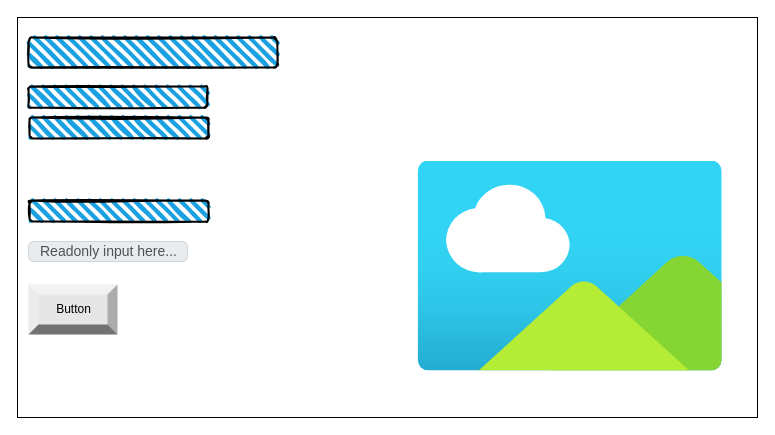
Before: page "Page-1" (1 of 2) of design/story-board.drawio in ekaterina-chernykh/ICS20-Unit-5-04, a draw.io diagram. Source tidied: cells renumbered, new cells numbered last; positions are measured from the earlier drawing's top-left corner, leaving out a move shared by most shapes. Both pictures are drawn from the tidied source at 100%, with x=0, y=0 at pixel (17, 17).
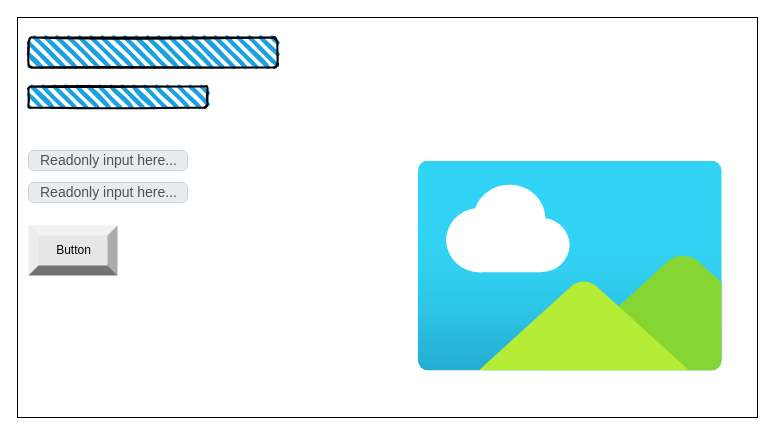
Above is the later version.

Change to the diagram source:
```diff
@@
 <mxGraphModel>
   <root>
     <mxCell id="0" />
     <mxCell id="1" parent="0" />
     <mxCell id="2" style="rounded=0;whiteSpace=wrap;html=1;" parent="1" vertex="1">
       <mxGeometry width="740" height="400" as="geometry" />
     </mxCell>
     <mxCell id="3" style="rounded=1;whiteSpace=wrap;html=1;strokeWidth=2;fillWeight=4;hachureGap=8;hachureAngle=45;fillColor=#1ba1e2;sketch=1;" parent="1" vertex="1">
       <mxGeometry x="11" y="20" width="249" height="30" as="geometry" />
     </mxCell>
-    <mxCell id="4" style="rounded=1;whiteSpace=wrap;html=1;strokeWidth=2;fillWeight=4;hachureGap=8;hachureAngle=45;fillColor=#1ba1e2;sketch=1;" parent="1" vertex="1">
-      <mxGeometry x="12" y="100" width="179" height="21" as="geometry" />
-    </mxCell>
     <mxCell id="5" style="rounded=1;whiteSpace=wrap;html=1;strokeWidth=2;fillWeight=4;hachureGap=8;hachureAngle=45;fillColor=#1ba1e2;sketch=1;" parent="1" vertex="1">
       <mxGeometry x="11" y="69" width="179" height="21" as="geometry" />
     </mxCell>
-    <mxCell id="6" style="rounded=1;whiteSpace=wrap;html=1;strokeWidth=2;fillWeight=4;hachureGap=8;hachureAngle=45;fillColor=#1ba1e2;sketch=1;" parent="1" vertex="1">
-      <mxGeometry x="12" y="183" width="179" height="21" as="geometry" />
-    </mxCell>
     <mxCell id="7" value="Readonly input here..." style="html=1;shadow=0;dashed=0;shape=mxgraph.bootstrap.rrect;rSize=5;strokeColor=#CED4DA;strokeWidth=1;fillColor=#E9ECEF;fontColor=#505050;whiteSpace=wrap;align=left;verticalAlign=middle;spacingLeft=10;fontSize=14;" parent="1" vertex="1">
-      <mxGeometry x="11" y="224" width="159" height="20" as="geometry" />
+      <mxGeometry x="11" y="165" width="159" height="20" as="geometry" />
     </mxCell>
     <mxCell id="8" value="Button" style="labelPosition=center;verticalLabelPosition=middle;align=center;html=1;shape=mxgraph.basic.shaded_button;dx=10;fillColor=#E6E6E6;strokeColor=none;" parent="1" vertex="1">
-      <mxGeometry x="11" y="267" width="89" height="50" as="geometry" />
+      <mxGeometry x="11" y="208" width="89" height="50" as="geometry" />
     </mxCell>
     <mxCell id="9" style="html=1;align=center;image;fontSize=12;image=img/lib/azure2/general/Image.svg;fillColor=#BA6D07;" parent="1" vertex="1">
       <mxGeometry x="400" y="143.5" width="305.4" height="210" as="geometry" />
     </mxCell>
+    <mxCell id="10" value="Readonly input here..." style="html=1;shadow=0;dashed=0;shape=mxgraph.bootstrap.rrect;rSize=5;strokeColor=#CED4DA;strokeWidth=1;fillColor=#E9ECEF;fontColor=#505050;whiteSpace=wrap;align=left;verticalAlign=middle;spacingLeft=10;fontSize=14;" parent="1" vertex="1">
+      <mxGeometry x="11" y="133" width="159" height="20" as="geometry" />
+    </mxCell>
   </root>
 </mxGraphModel>
```
